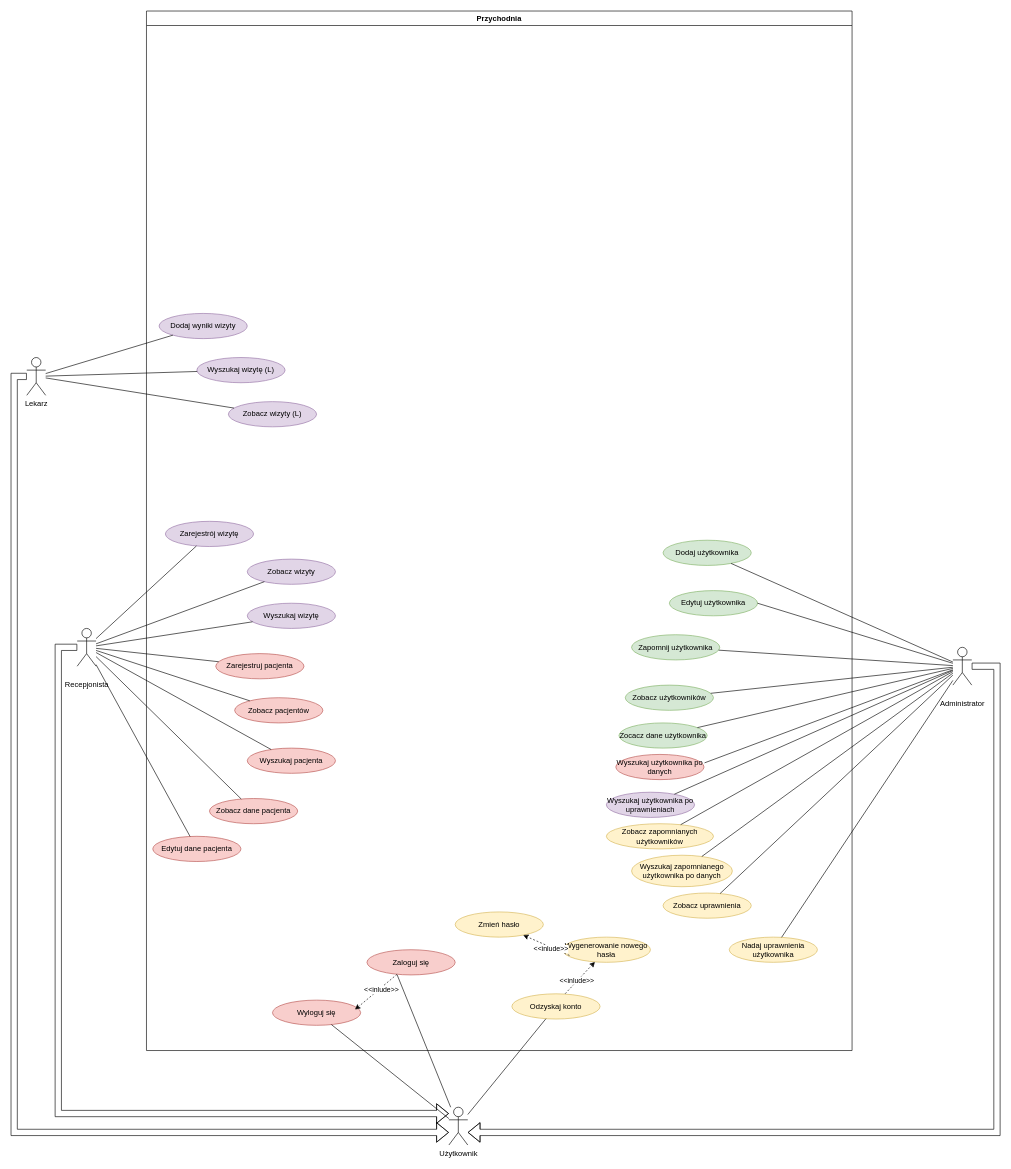
This is Przpdaki użycia.drawio from szynutix-sz/ProjektPrzychodnia, a draw.io file, before an edit. Source tidied: cells renumbered, new cells numbered last; positions are measured from the earlier drawing's top-left corner, leaving out a move shared by most shapes. Both pictures are drawn from the tidied source at 63%, with x=0, y=0 at pixel (14, 11).
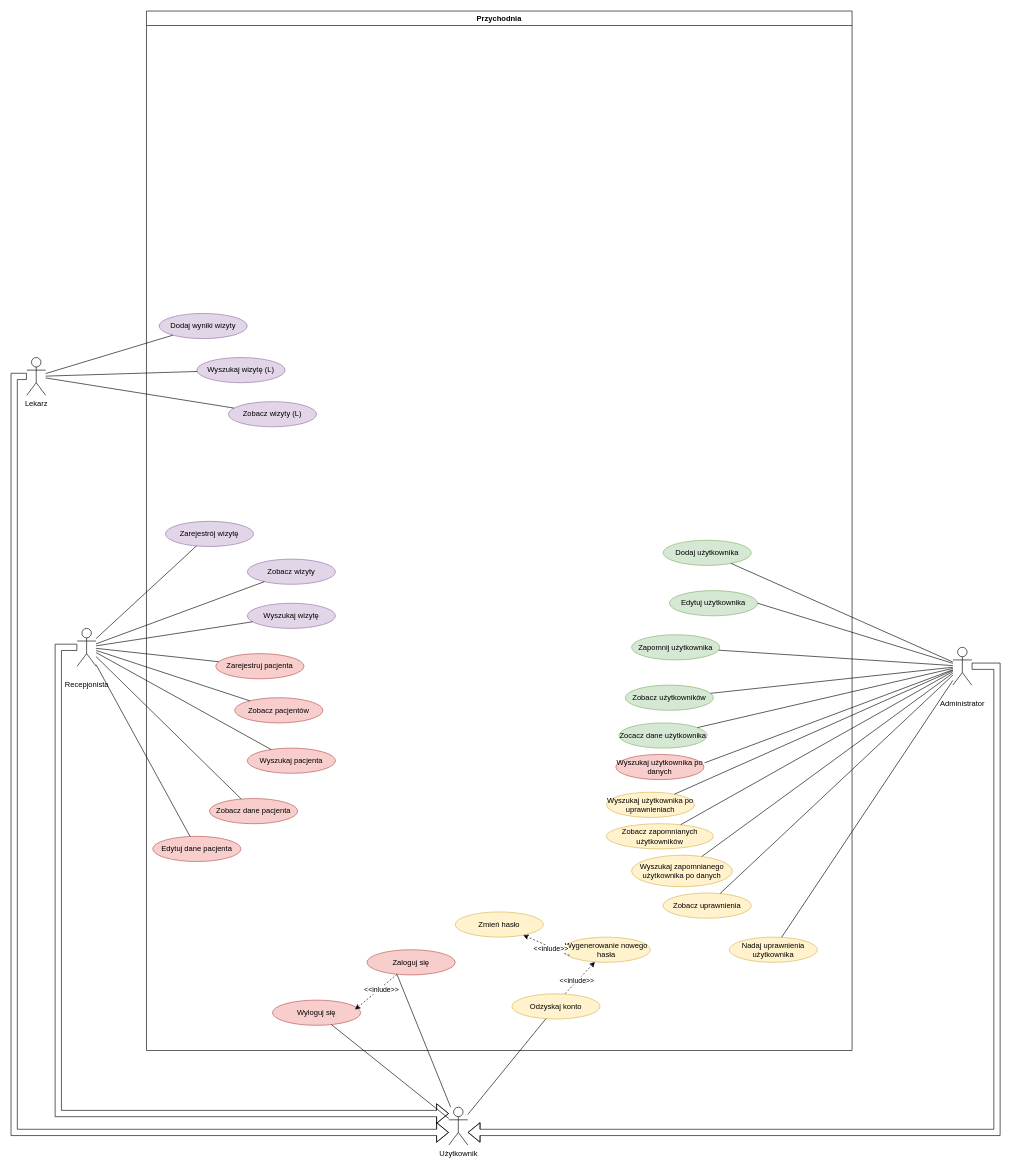
After the change.

Commit message:
Update Przpdaki użycia.drawio - Poprawa, błedne kolory

The change refers to these unchanged cells:
```xml
<mxCell id="2" value="Przychodnia" style="swimlane;whiteSpace=wrap;html=1;" parent="1" vertex="1">
  <mxGeometry x="210" width="1120" height="1650" as="geometry" />
</mxCell>
```

What changed in the source:
```diff
@@
-    <mxCell id="13" value="Wyszukaj użytkownika po uprawnieniach" style="ellipse;whiteSpace=wrap;html=1;fillColor=#e1d5e7;strokeColor=#9673a6;" parent="2" vertex="1">
+    <mxCell id="13" value="Wyszukaj użytkownika po uprawnieniach" style="ellipse;whiteSpace=wrap;html=1;fillColor=#fff2cc;strokeColor=#d6b656;" parent="2" vertex="1">
       <mxGeometry x="730" y="1240" width="140" height="40" as="geometry" />
     </mxCell>
```
